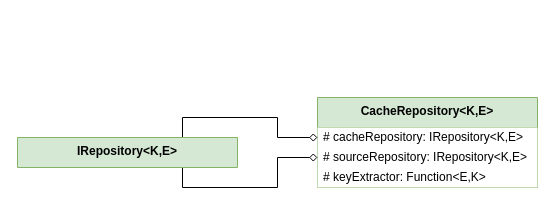
This is page "CacheRepository" (7 of 15) of docs/Diagrams.drawio from BrunoMNDantas/Repository4J, a draw.io file, before an edit. Source tidied: cells renumbered, new cells numbered last; positions are measured from the earlier drawing's top-left corner, leaving out a move shared by most shapes. Both pictures are drawn from the tidied source at 100%, with x=0, y=0 at pixel (17, 97).
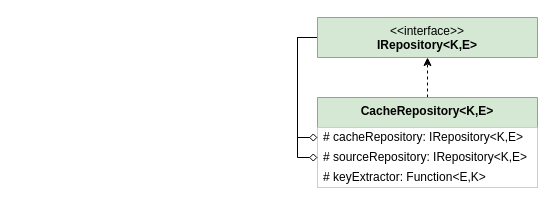
The same page after the edit.

The edit, as a diff of the source:
```diff
@@
 <mxGraphModel>
   <root>
     <mxCell id="0" />
     <mxCell id="1" parent="0" />
+    <mxCell id="9" style="edgeStyle=orthogonalEdgeStyle;rounded=0;jettySize=auto;html=1;exitX=0.5;exitY=0;exitDx=0;exitDy=0;entryX=0.5;entryY=1;entryDx=0;entryDy=0;dashed=1;" parent="1" edge="1" source="2" target="12">
+      <mxGeometry relative="1" as="geometry" />
+    </mxCell>
     <mxCell id="2" value="&lt;div&gt;&lt;b style=&quot;background-color: transparent; color: light-dark(rgb(0, 0, 0), rgb(255, 255, 255));&quot;&gt;CacheRepository&amp;lt;K,E&amp;gt;&lt;/b&gt;&lt;/div&gt;" style="swimlane;fontStyle=0;align=center;verticalAlign=top;horizontal=1;startSize=30;html=1;whiteSpace=wrap;fillColor=#d5e8d4;strokeColor=#82b366;" parent="1" vertex="1">
       <mxGeometry x="300" width="220" height="90" as="geometry" />
     </mxCell>
     <mxCell id="3" value="# cacheRepository: IRepository&amp;lt;K,E&amp;gt;" style="text;html=1;align=left;verticalAlign=middle;spacingLeft=4;spacingRight=4;overflow=hidden;points=[[0,0.5],[1,0.5]];portConstraint=eastwest;whiteSpace=wrap;fillColor=default;" parent="2" vertex="1">
       <mxGeometry y="30" width="220" height="20" as="geometry" />
     </mxCell>
     <mxCell id="4" value="# sourceRepository: IRepository&amp;lt;K,E&amp;gt;" style="text;html=1;align=left;verticalAlign=middle;spacingLeft=4;spacingRight=4;overflow=hidden;points=[[0,0.5],[1,0.5]];portConstraint=eastwest;whiteSpace=wrap;fillColor=default;" parent="2" vertex="1">
       <mxGeometry y="50" width="220" height="20" as="geometry" />
     </mxCell>
     <mxCell id="5" value="# keyExtractor: Function&amp;lt;E,K&amp;gt;" style="text;html=1;align=left;verticalAlign=middle;spacingLeft=4;spacingRight=4;overflow=hidden;whiteSpace=wrap;fillColor=default;" parent="2" vertex="1">
       <mxGeometry y="70" width="220" height="20" as="geometry" />
     </mxCell>
-    <mxCell id="6" style="edgeStyle=orthogonalEdgeStyle;rounded=0;jettySize=auto;html=1;entryX=0;entryY=0.5;entryDx=0;entryDy=0;exitX=0.75;exitY=0;exitDx=0;exitDy=0;endArrow=diamond;endFill=0;" parent="1" edge="1" source="8" target="3">
-      <mxGeometry relative="1" as="geometry" />
-    </mxCell>
-    <mxCell id="7" style="edgeStyle=orthogonalEdgeStyle;rounded=0;jettySize=auto;html=1;exitX=0.75;exitY=1;exitDx=0;exitDy=0;entryX=0;entryY=0.5;entryDx=0;entryDy=0;endArrow=diamond;endFill=0;" parent="1" edge="1" source="8" target="4">
-      <mxGeometry relative="1" as="geometry" />
-    </mxCell>
-    <mxCell id="8" value="&lt;div&gt;&lt;b style=&quot;background-color: transparent; color: light-dark(rgb(0, 0, 0), rgb(255, 255, 255));&quot;&gt;IRepository&amp;lt;K,E&amp;gt;&lt;/b&gt;&lt;/div&gt;" style="swimlane;fontStyle=0;align=center;verticalAlign=top;horizontal=1;startSize=30;html=1;whiteSpace=wrap;fillColor=#d5e8d4;strokeColor=#82b366;" parent="1" vertex="1">
-      <mxGeometry y="40" width="220" height="30" as="geometry" />
-    </mxCell>
+    <mxCell id="10" style="edgeStyle=orthogonalEdgeStyle;rounded=0;jettySize=auto;html=1;exitX=0;exitY=0.5;exitDx=0;exitDy=0;entryX=0;entryY=0.5;entryDx=0;entryDy=0;endArrow=diamond;endFill=0;" parent="1" edge="1" source="12" target="3">
+      <mxGeometry relative="1" as="geometry" />
+    </mxCell>
+    <mxCell id="11" style="edgeStyle=orthogonalEdgeStyle;rounded=0;jettySize=auto;html=1;exitX=0;exitY=0.5;exitDx=0;exitDy=0;entryX=0;entryY=0.5;entryDx=0;entryDy=0;endArrow=diamond;endFill=0;" parent="1" edge="1" source="12" target="4">
+      <mxGeometry relative="1" as="geometry" />
+    </mxCell>
+    <mxCell id="12" value="&amp;lt;&amp;lt;interface&amp;gt;&amp;gt;&lt;br&gt;&lt;b&gt;IRepository&amp;lt;K,E&amp;gt;&lt;/b&gt;" style="swimlane;fontStyle=0;align=center;verticalAlign=top;horizontal=1;startSize=40;html=1;whiteSpace=wrap;fillColor=#d5e8d4;strokeColor=#82b366;" parent="1" vertex="1">
+      <mxGeometry x="300" y="-80" width="220" height="40" as="geometry" />
+    </mxCell>
   </root>
 </mxGraphModel>
```
